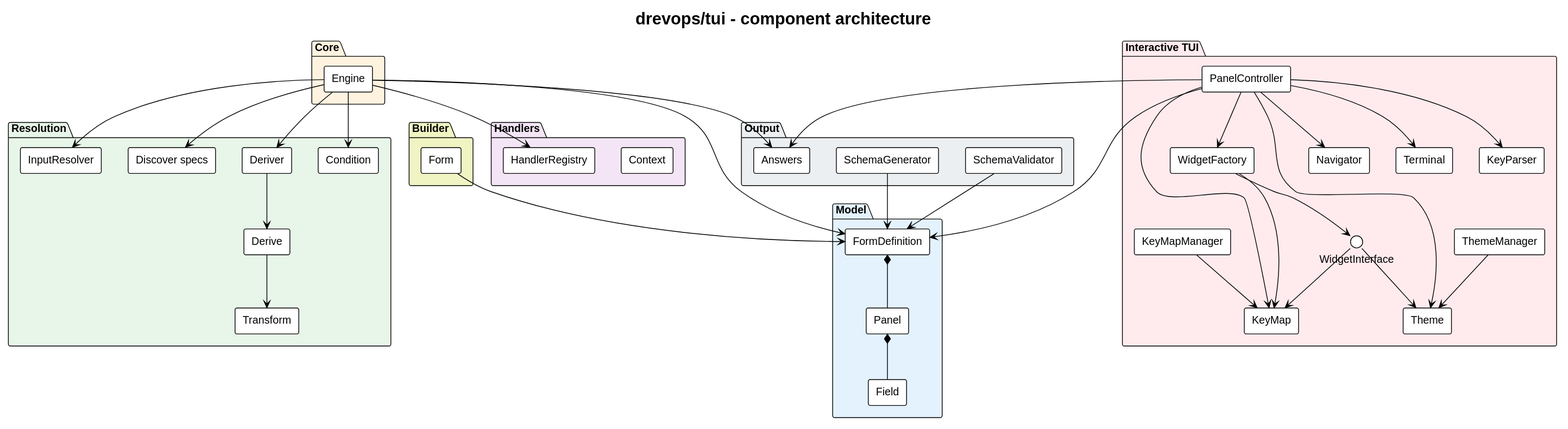
Earlier version of the PlantUML export docs/architecture/architecture.svg (drevops/tui).
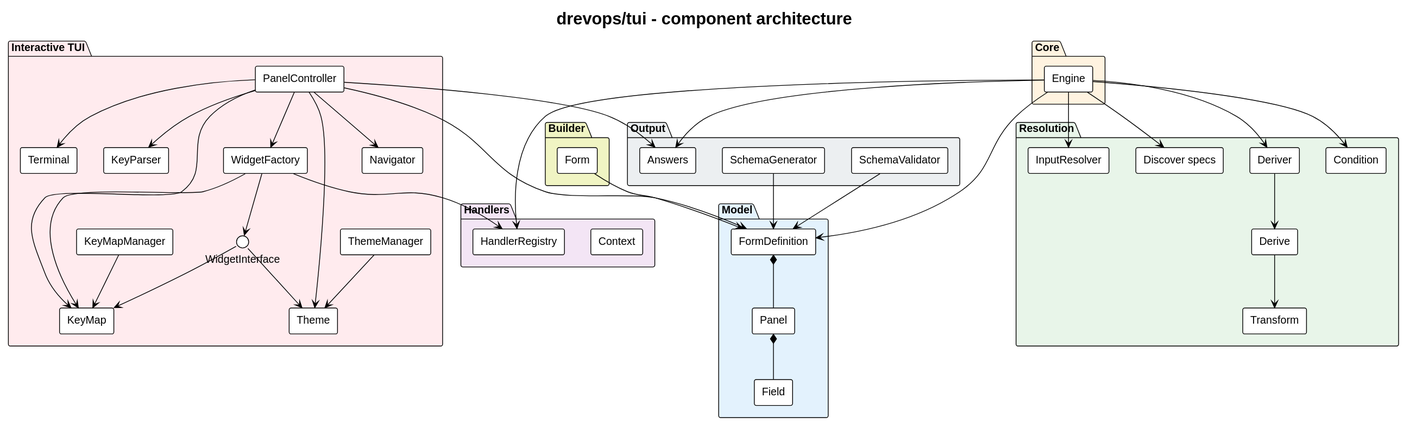
Above is the later version.

Change to the diagram source:
```diff
@@ -77,6 +77,7 @@
 [PanelController] --> [KeyMap]
 [PanelController] --> [WidgetFactory]
 [WidgetFactory] --> [KeyMap]
+[WidgetFactory] --> [HandlerRegistry]
 [WidgetFactory] --> WidgetInterface
 WidgetInterface --> [Theme]
 WidgetInterface --> [KeyMap]
```
